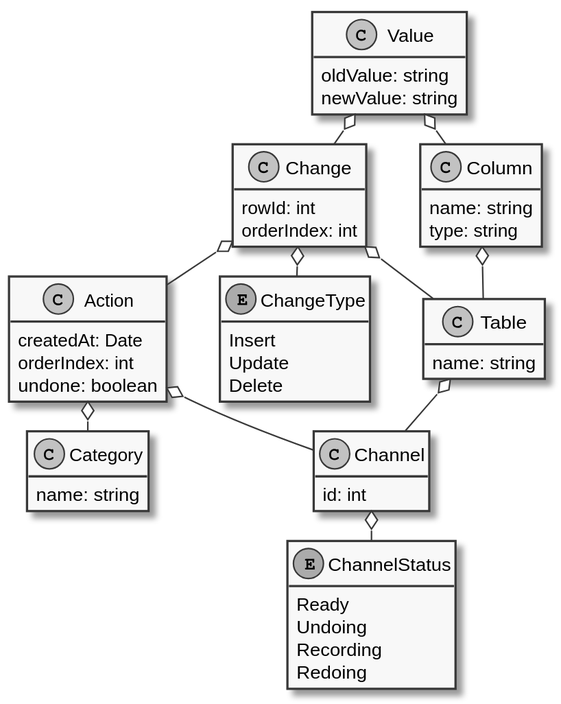
The PlantUML diagram docs/tables.svg in Lotes/sqlite-undo-log, before a commit.
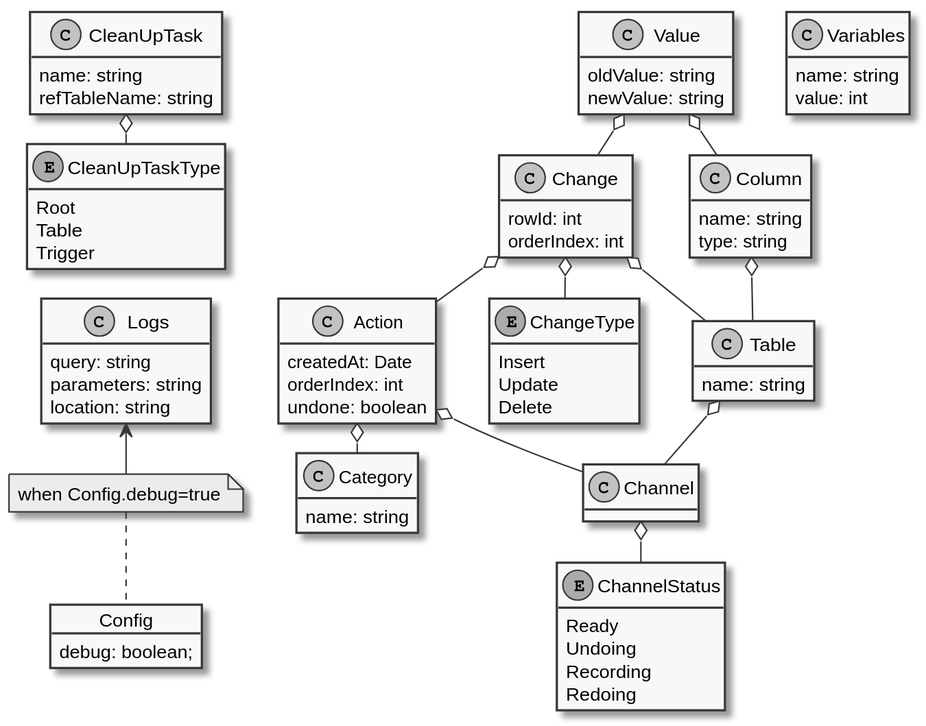
Later version of the same file.

The edit, as a diff of the source:
```diff
@@ -44,7 +44,6 @@
 }
 
 class Channel {
-  id: int
 }
 
 enum ChannelStatus {
@@ -53,6 +52,36 @@
   Recording
   Redoing
 }
+
+class CleanUpTask {
+  name: string
+  refTableName: string
+}
+
+enum CleanUpTaskType {
+  Root
+  Table
+  Trigger
+}
+
+class Logs {
+  query: string
+  parameters: string
+  location: string
+}
+
+object Config {
+  debug: boolean;
+}
+
+class Variables {
+  name: string
+  value: int
+}
+
+note as NoteLogs
+when Config.debug=true
+end note
 
 Channel o-- ChannelStatus
 Action o-- Channel
@@ -64,4 +93,8 @@
 Column o-- Table
 Value o-- Column
 Value o-- Change
+CleanUpTask o-- CleanUpTaskType
+Logs -[hidden]up- CleanUpTaskType
+NoteLogs -up-> Logs
+NoteLogs .down. Config
 @enduml
```
